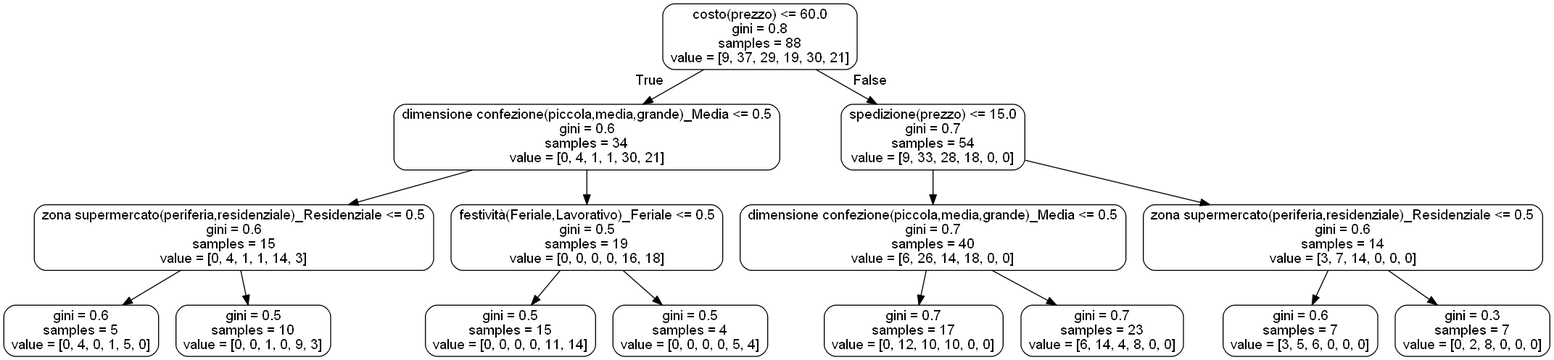
Ciro-Fusco/NewDM keeps this Graphviz diagram as modulo/small_tree.png. Above is the earlier version. Its source is kept beside it as modulo/small_tree.dot.
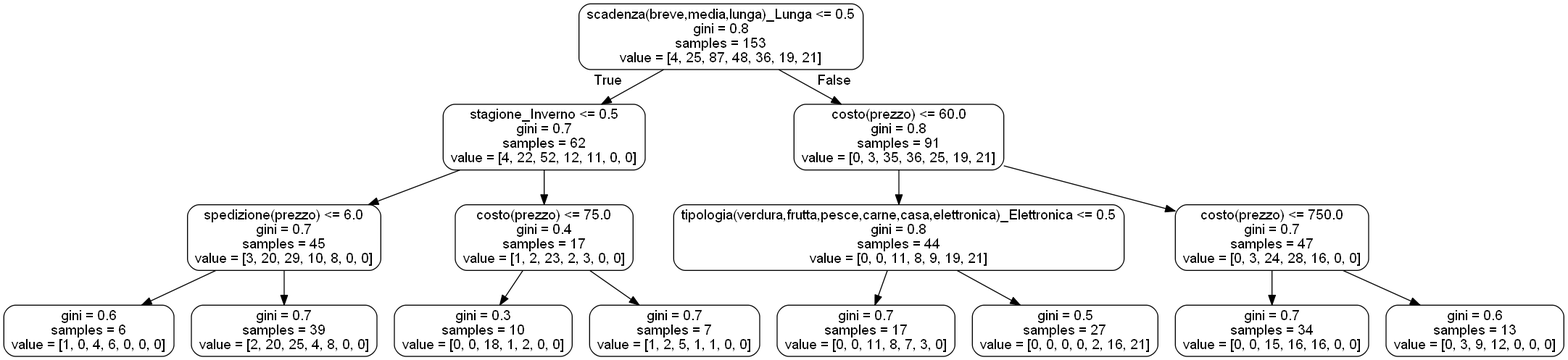
After the commit.

Commit message:
Incremento dataset(tipologia carne) e miglioramento codice

What changed in the source:
```diff
@@ -1,33 +1,33 @@
 digraph Tree {
 node [shape=box, style="rounded", color="black", fontname=helvetica] ;
 edge [fontname=helvetica] ;
-0 [label="costo(prezzo) <= 60.0\ngini = 0.8\nsamples = 88\nvalue = [9, 37, 29, 19, 30, 21]"] ;
-1 [label="dimensione confezione(piccola,media,grande)_Media <= 0.5\ngini = 0.6\nsamples = 34\nvalue = [0, 4, 1, 1, 30, 21]"] ;
+0 [label="scadenza(breve,media,lunga)_Lunga <= 0.5\ngini = 0.8\nsamples = 153\nvalue = [4, 25, 87, 48, 36, 19, 21]"] ;
+1 [label="stagione_Inverno <= 0.5\ngini = 0.7\nsamples = 62\nvalue = [4, 22, 52, 12, 11, 0, 0]"] ;
 0 -> 1 [labeldistance=2.5, labelangle=45, headlabel="True"] ;
-2 [label="zona supermercato(periferia,residenziale)_Residenziale <= 0.5\ngini = 0.6\nsamples = 15\nvalue = [0, 4, 1, 1, 14, 3]"] ;
+2 [label="spedizione(prezzo) <= 6.0\ngini = 0.7\nsamples = 45\nvalue = [3, 20, 29, 10, 8, 0, 0]"] ;
 1 -> 2 ;
-3 [label="gini = 0.6\nsamples = 5\nvalue = [0, 4, 0, 1, 5, 0]"] ;
+3 [label="gini = 0.6\nsamples = 6\nvalue = [1, 0, 4, 6, 0, 0, 0]"] ;
 2 -> 3 ;
-4 [label="gini = 0.5\nsamples = 10\nvalue = [0, 0, 1, 0, 9, 3]"] ;
+4 [label="gini = 0.7\nsamples = 39\nvalue = [2, 20, 25, 4, 8, 0, 0]"] ;
 2 -> 4 ;
-5 [label="festività(Feriale,Lavorativo)_Feriale <= 0.5\ngini = 0.5\nsamples = 19\nvalue = [0, 0, 0, 0, 16, 18]"] ;
+5 [label="costo(prezzo) <= 75.0\ngini = 0.4\nsamples = 17\nvalue = [1, 2, 23, 2, 3, 0, 0]"] ;
 1 -> 5 ;
-6 [label="gini = 0.5\nsamples = 15\nvalue = [0, 0, 0, 0, 11, 14]"] ;
+6 [label="gini = 0.3\nsamples = 10\nvalue = [0, 0, 18, 1, 2, 0, 0]"] ;
 5 -> 6 ;
-7 [label="gini = 0.5\nsamples = 4\nvalue = [0, 0, 0, 0, 5, 4]"] ;
+7 [label="gini = 0.7\nsamples = 7\nvalue = [1, 2, 5, 1, 1, 0, 0]"] ;
 5 -> 7 ;
-8 [label="spedizione(prezzo) <= 15.0\ngini = 0.7\nsamples = 54\nvalue = [9, 33, 28, 18, 0, 0]"] ;
+8 [label="costo(prezzo) <= 60.0\ngini = 0.8\nsamples = 91\nvalue = [0, 3, 35, 36, 25, 19, 21]"] ;
 0 -> 8 [labeldistance=2.5, labelangle=-45, headlabel="False"] ;
-9 [label="dimensione confezione(piccola,media,grande)_Media <= 0.5\ngini = 0.7\nsamples = 40\nvalue = [6, 26, 14, 18, 0, 0]"] ;
+9 [label="tipologia(verdura,frutta,pesce,carne,casa,elettronica)_Elettronica <= 0.5\ngini = 0.8\nsamples = 44\nvalue = [0, 0, 11, 8, 9, 19, 21]"] ;
 8 -> 9 ;
-10 [label="gini = 0.7\nsamples = 17\nvalue = [0, 12, 10, 10, 0, 0]"] ;
+10 [label="gini = 0.7\nsamples = 17\nvalue = [0, 0, 11, 8, 7, 3, 0]"] ;
 9 -> 10 ;
-11 [label="gini = 0.7\nsamples = 23\nvalue = [6, 14, 4, 8, 0, 0]"] ;
+11 [label="gini = 0.5\nsamples = 27\nvalue = [0, 0, 0, 0, 2, 16, 21]"] ;
 9 -> 11 ;
-12 [label="zona supermercato(periferia,residenziale)_Residenziale <= 0.5\ngini = 0.6\nsamples = 14\nvalue = [3, 7, 14, 0, 0, 0]"] ;
+12 [label="costo(prezzo) <= 750.0\ngini = 0.7\nsamples = 47\nvalue = [0, 3, 24, 28, 16, 0, 0]"] ;
 8 -> 12 ;
-13 [label="gini = 0.6\nsamples = 7\nvalue = [3, 5, 6, 0, 0, 0]"] ;
+13 [label="gini = 0.7\nsamples = 34\nvalue = [0, 0, 15, 16, 16, 0, 0]"] ;
 12 -> 13 ;
-14 [label="gini = 0.3\nsamples = 7\nvalue = [0, 2, 8, 0, 0, 0]"] ;
+14 [label="gini = 0.6\nsamples = 13\nvalue = [0, 3, 9, 12, 0, 0, 0]"] ;
 12 -> 14 ;
 }
```
